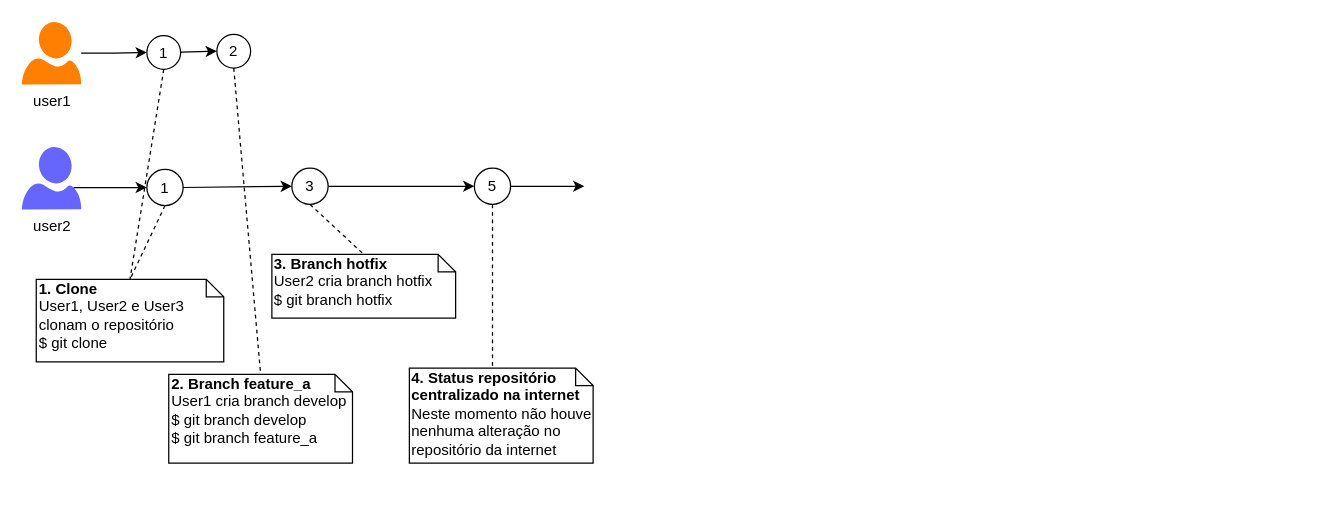
Before: doc/GitTimeline-Example-01.drawio in josemarsilva/eval-git, a draw.io diagram. Source tidied: cells renumbered, new cells numbered last; positions are measured from the earlier drawing's top-left corner, leaving out a move shared by most shapes. Both pictures are drawn from the tidied source at 125%, with x=0, y=0 at pixel (21, 21).
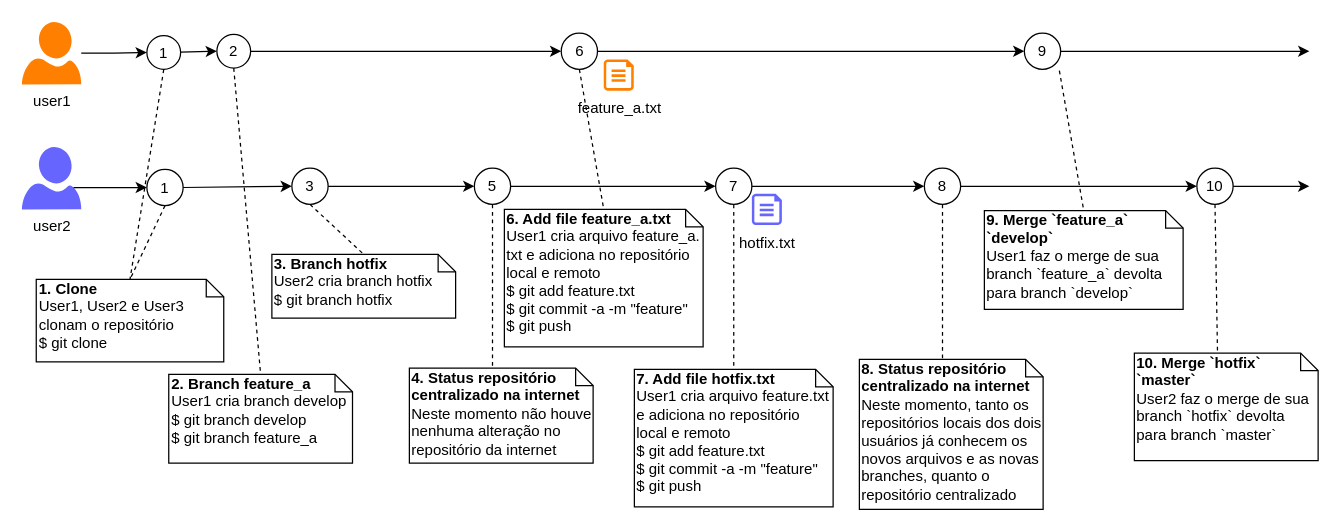
The same page after the edit.

Commit message (it also covers changes not shown here):
branch feature_a, hotfix

Unchanged cells that the change refers to:
```xml
<mxCell id="13" value="2" style="ellipse;whiteSpace=wrap;html=1;fillColor=none;" parent="1" vertex="1">
  <mxGeometry x="156" y="10" width="27" height="27" as="geometry" />
</mxCell>
<mxCell id="22" value="5" style="ellipse;whiteSpace=wrap;html=1;fillColor=none;" parent="1" vertex="1">
  <mxGeometry x="362" y="117" width="29" height="29" as="geometry" />
</mxCell>
```

Diff of the diagram source:
```diff
@@
+    <mxCell id="24" style="edgeStyle=orthogonalEdgeStyle;rounded=0;jettySize=auto;html=1;entryX=0;entryY=0.5;entryDx=0;entryDy=0;" parent="1" edge="1" source="13" target="26">
+      <mxGeometry relative="1" as="geometry" />
+    </mxCell>
@@
-    <mxCell id="21" style="edgeStyle=none;rounded=0;jettySize=auto;html=1;endArrow=classic;endFill=1;" parent="1" edge="1" source="22">
-      <mxGeometry relative="1" as="geometry">
-        <mxPoint x="450" y="131.5" as="targetPoint" />
-      </mxGeometry>
+    <mxCell id="21" style="edgeStyle=none;rounded=0;jettySize=auto;html=1;endArrow=classic;endFill=1;entryX=0;entryY=0.5;entryDx=0;entryDy=0;" parent="1" edge="1" source="22" target="32">
+      <mxGeometry relative="1" as="geometry" />
     </mxCell>
@@
+    <mxCell id="25" style="edgeStyle=orthogonalEdgeStyle;rounded=0;jettySize=auto;html=1;entryX=0;entryY=0.5;entryDx=0;entryDy=0;" parent="1" edge="1" source="26" target="38">
+      <mxGeometry relative="1" as="geometry" />
+    </mxCell>
+    <mxCell id="26" value="6" style="ellipse;whiteSpace=wrap;html=1;fillColor=none;" parent="1" vertex="1">
+      <mxGeometry x="431.5" y="9" width="29" height="29" as="geometry" />
+    </mxCell>
+    <mxCell id="27" value="&lt;b&gt;6. Add file feature_a.txt&lt;br&gt;&lt;/b&gt;User1 cria arquivo feature_a. txt e adiciona no repositório local e remoto&lt;br&gt;$ git add feature.txt&lt;br&gt;$ git commit -a -m &quot;feature&quot;&lt;br&gt;$ git push&lt;br&gt;" style="shape=note;whiteSpace=wrap;html=1;size=14;verticalAlign=top;align=left;spacingTop=-6;fillColor=none;" parent="1" vertex="1">
+      <mxGeometry x="386" y="150" width="159" height="110" as="geometry" />
+    </mxCell>
+    <mxCell id="28" style="rounded=0;jettySize=auto;html=1;entryX=0.5;entryY=0;entryDx=0;entryDy=0;entryPerimeter=0;dashed=1;exitX=0.5;exitY=1;exitDx=0;exitDy=0;endArrow=none;endFill=0;" parent="1" edge="1" source="26" target="27">
+      <mxGeometry relative="1" as="geometry" />
+    </mxCell>
+    <mxCell id="29" value="&lt;b&gt;7. Add file hotfix.txt&lt;br&gt;&lt;/b&gt;User1 cria arquivo feature.txt&lt;br&gt;e adiciona no repositório local e remoto&lt;br&gt;$ git add feature.txt&lt;br&gt;$ git commit -a -m &quot;feature&quot;&lt;br&gt;$ git push&lt;br&gt;" style="shape=note;whiteSpace=wrap;html=1;size=14;verticalAlign=top;align=left;spacingTop=-6;fillColor=none;" parent="1" vertex="1">
+      <mxGeometry x="490" y="278" width="159" height="110" as="geometry" />
+    </mxCell>
+    <mxCell id="30" style="rounded=0;jettySize=auto;html=1;entryX=0.5;entryY=0;entryDx=0;entryDy=0;entryPerimeter=0;dashed=1;exitX=0.5;exitY=1;exitDx=0;exitDy=0;endArrow=none;endFill=0;" parent="1" edge="1" source="32" target="29">
+      <mxGeometry relative="1" as="geometry" />
+    </mxCell>
+    <mxCell id="31" style="edgeStyle=orthogonalEdgeStyle;rounded=0;jettySize=auto;html=1;" parent="1" edge="1" source="32" target="35">
+      <mxGeometry relative="1" as="geometry" />
+    </mxCell>
+    <mxCell id="32" value="7" style="ellipse;whiteSpace=wrap;html=1;fillColor=none;" parent="1" vertex="1">
+      <mxGeometry x="555" y="117" width="29" height="29" as="geometry" />
+    </mxCell>
+    <mxCell id="33" style="edgeStyle=none;rounded=0;jettySize=auto;html=1;entryX=0;entryY=0;entryDx=66.5;entryDy=0;entryPerimeter=0;endArrow=none;endFill=0;dashed=1;" parent="1" edge="1" source="35" target="36">
+      <mxGeometry relative="1" as="geometry" />
+    </mxCell>
+    <mxCell id="34" style="edgeStyle=orthogonalEdgeStyle;rounded=0;jettySize=auto;html=1;" parent="1" edge="1" source="35">
+      <mxGeometry relative="1" as="geometry">
+        <mxPoint x="940" y="131.5" as="targetPoint" />
+      </mxGeometry>
+    </mxCell>
+    <mxCell id="35" value="8" style="ellipse;whiteSpace=wrap;html=1;fillColor=none;" parent="1" vertex="1">
+      <mxGeometry x="722" y="117" width="29" height="29" as="geometry" />
+    </mxCell>
+    <mxCell id="36" value="&lt;b&gt;8. Status repositório&lt;br&gt;centralizado na internet&lt;br&gt;&lt;/b&gt;Neste momento, tanto os repositórios locais dos dois usuários já conhecem os novos arquivos e as novas branches, quanto o repositório centralizado&lt;br&gt;" style="shape=note;whiteSpace=wrap;html=1;size=14;verticalAlign=top;align=left;spacingTop=-6;fillColor=none;" parent="1" vertex="1">
+      <mxGeometry x="670" y="270" width="147" height="120" as="geometry" />
+    </mxCell>
+    <mxCell id="37" style="edgeStyle=orthogonalEdgeStyle;rounded=0;jettySize=auto;html=1;" parent="1" edge="1" source="38">
+      <mxGeometry relative="1" as="geometry">
+        <mxPoint x="1030" y="23.5" as="targetPoint" />
+      </mxGeometry>
+    </mxCell>
+    <mxCell id="38" value="9" style="ellipse;whiteSpace=wrap;html=1;fillColor=none;" parent="1" vertex="1">
+      <mxGeometry x="802" y="9" width="29" height="29" as="geometry" />
+    </mxCell>
+    <mxCell id="39" value="&lt;b&gt;9. Merge `feature_a` `develop`&lt;br&gt;&lt;/b&gt;User1 faz o merge de sua branch `feature_a` devolta para branch `develop`&lt;br&gt;" style="shape=note;whiteSpace=wrap;html=1;size=14;verticalAlign=top;align=left;spacingTop=-6;fillColor=none;" parent="1" vertex="1">
+      <mxGeometry x="770" y="151" width="159" height="79" as="geometry" />
+    </mxCell>
+    <mxCell id="40" style="rounded=0;jettySize=auto;html=1;entryX=0.5;entryY=0;entryDx=0;entryDy=0;entryPerimeter=0;dashed=1;exitX=0.5;exitY=1;exitDx=0;exitDy=0;endArrow=none;endFill=0;" parent="1" edge="1" target="39">
+      <mxGeometry relative="1" as="geometry">
+        <mxPoint x="830" y="39" as="sourcePoint" />
+      </mxGeometry>
+    </mxCell>
+    <mxCell id="41" value="feature_a.txt" style="verticalLabelPosition=bottom;html=1;verticalAlign=top;align=center;strokeColor=none;fillColor=#FF8000;shape=mxgraph.azure.cloud_services_configuration_file;" parent="1" vertex="1">
+      <mxGeometry x="465.5" y="30" width="24" height="25" as="geometry" />
+    </mxCell>
+    <mxCell id="42" value="hotfix.txt" style="verticalLabelPosition=bottom;html=1;verticalAlign=top;align=center;strokeColor=none;fillColor=#6666FF;shape=mxgraph.azure.cloud_services_configuration_file;" parent="1" vertex="1">
+      <mxGeometry x="584" y="137.5" width="24" height="25" as="geometry" />
+    </mxCell>
+    <mxCell id="43" style="edgeStyle=orthogonalEdgeStyle;rounded=0;jettySize=auto;html=1;" parent="1" edge="1" source="44">
+      <mxGeometry relative="1" as="geometry">
+        <mxPoint x="1030" y="131.5" as="targetPoint" />
+      </mxGeometry>
+    </mxCell>
+    <mxCell id="44" value="10" style="ellipse;whiteSpace=wrap;html=1;fillColor=none;" parent="1" vertex="1">
+      <mxGeometry x="940" y="117" width="29" height="29" as="geometry" />
+    </mxCell>
+    <mxCell id="45" style="edgeStyle=none;rounded=0;jettySize=auto;html=1;entryX=0;entryY=0;entryDx=66.5;entryDy=0;entryPerimeter=0;endArrow=none;endFill=0;dashed=1;exitX=0.5;exitY=1;exitDx=0;exitDy=0;" parent="1" edge="1" source="44" target="46">
+      <mxGeometry relative="1" as="geometry" />
+    </mxCell>
+    <mxCell id="46" value="&lt;b&gt;10. Merge `hotfix` `master`&lt;br&gt;&lt;/b&gt;User2 faz o merge de sua branch `hotfix` devolta para branch `master`&lt;br&gt;" style="shape=note;whiteSpace=wrap;html=1;size=14;verticalAlign=top;align=left;spacingTop=-6;fillColor=none;" parent="1" vertex="1">
+      <mxGeometry x="890" y="265" width="147" height="86" as="geometry" />
+    </mxCell>
```
